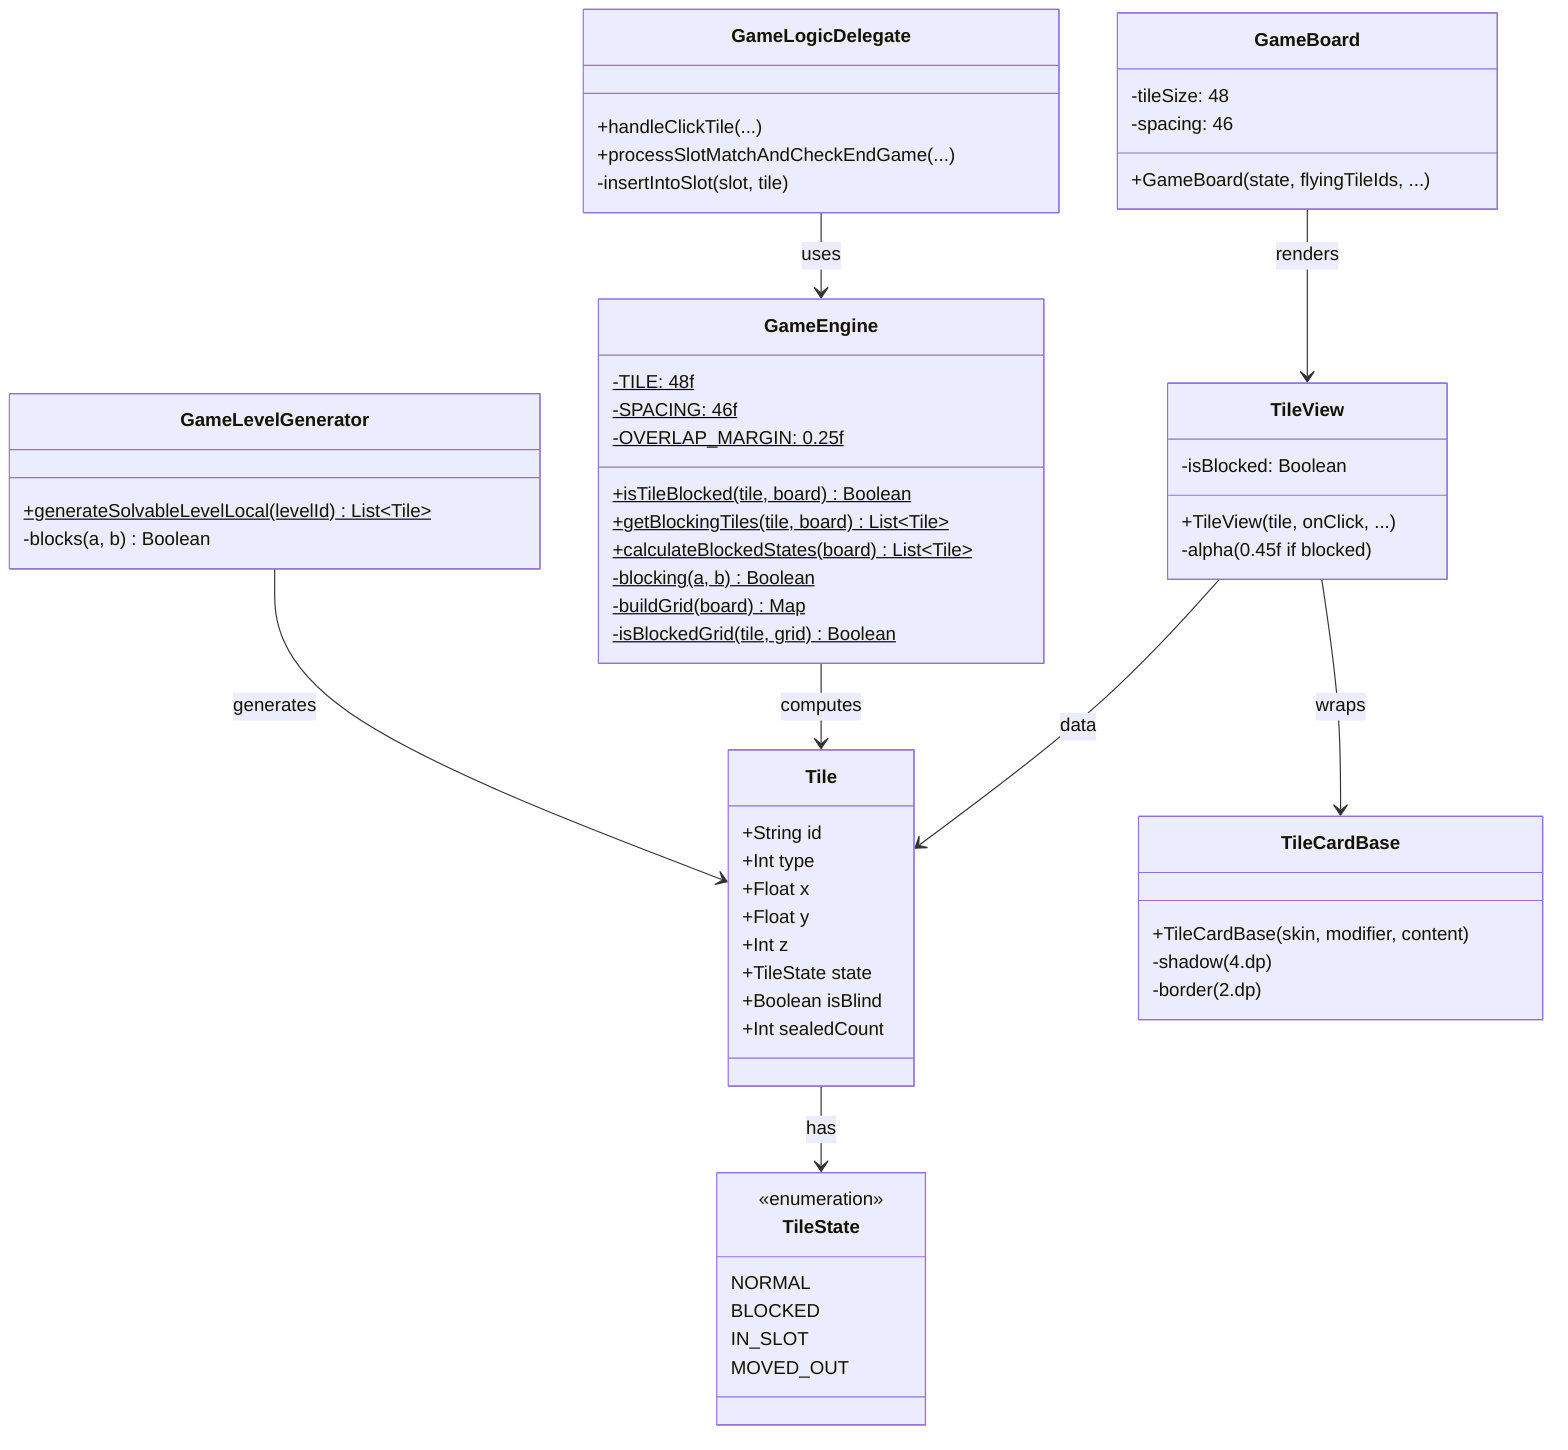
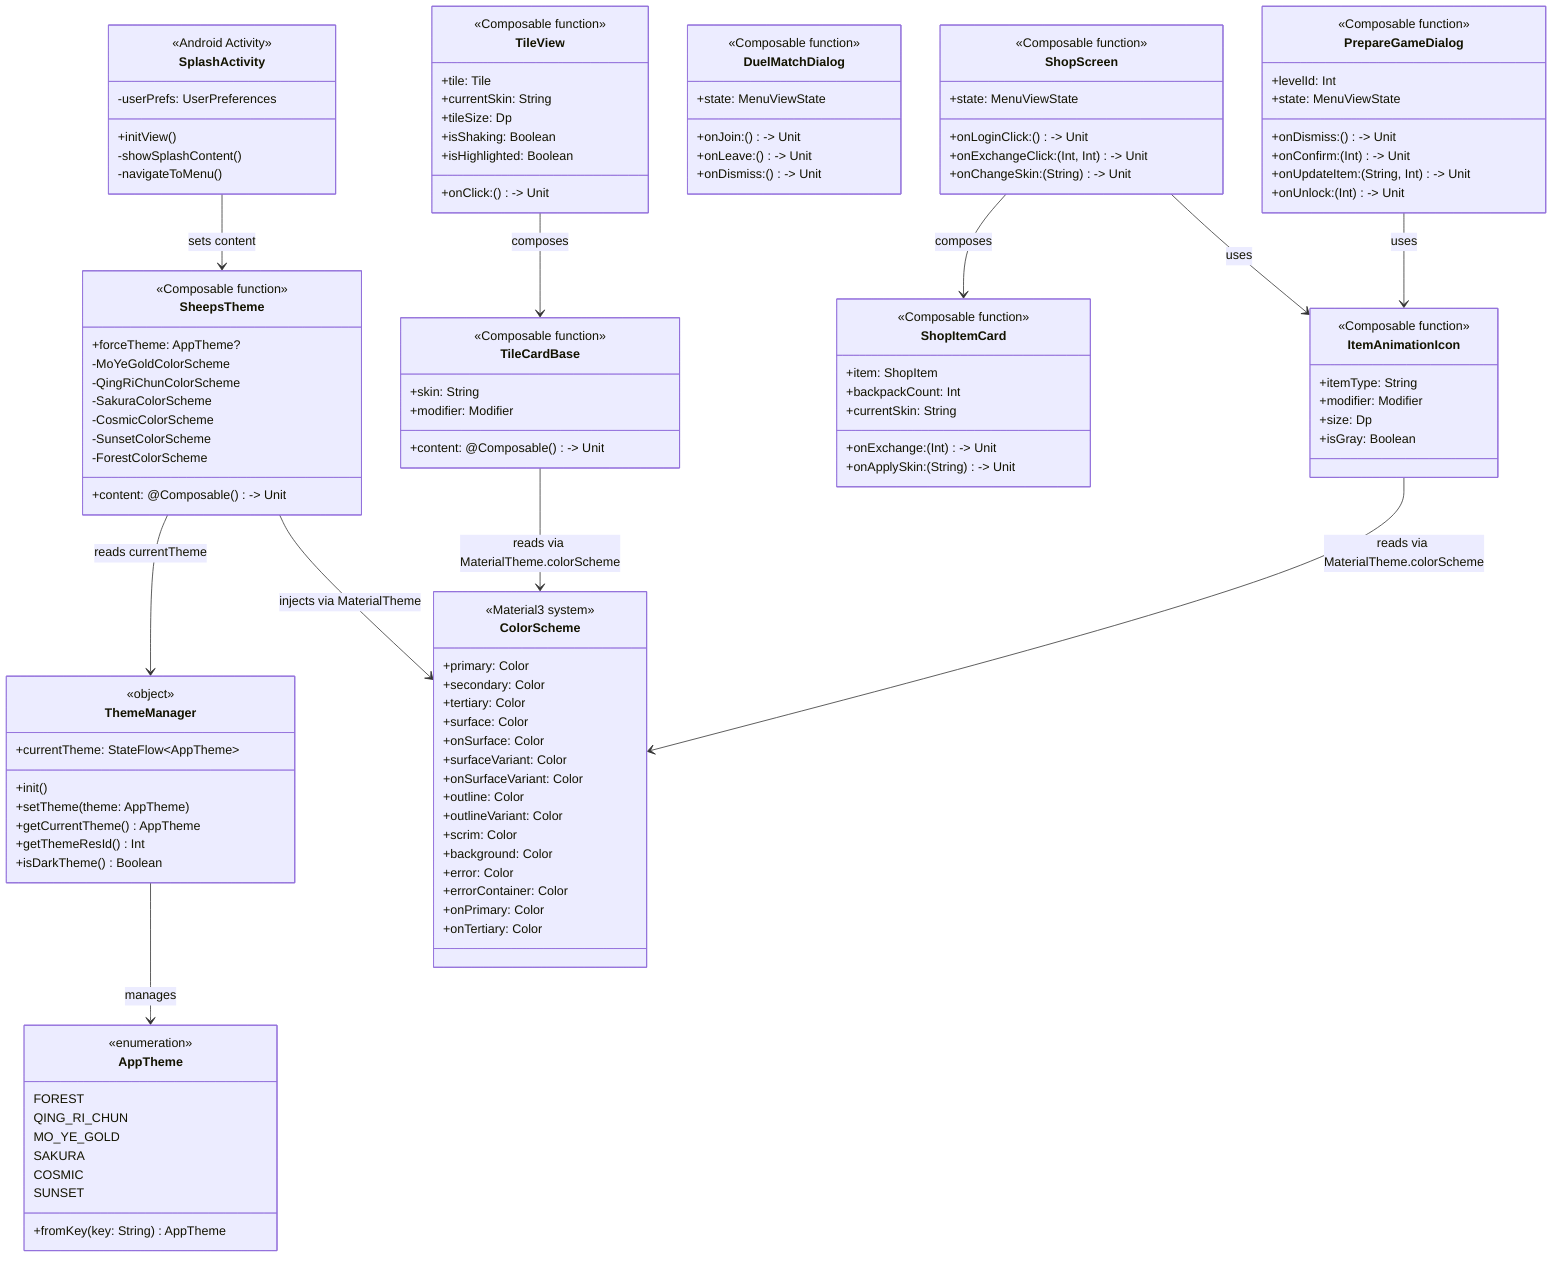
classDiagram
-     class Tile {
-         +String id
-         +Int type
-         +Float x
-         +Float y
-         +Int z
-         +TileState state
-         +Boolean isBlind
-         +Int sealedCount
+     class AppTheme {
+         <<enumeration>>
+         FOREST
+         QING_RI_CHUN
+         MO_YE_GOLD
+         SAKURA
+         COSMIC
+         SUNSET
+         +fromKey(key: String) AppTheme
    }

-     class TileState {
-         <<enumeration>>
-         NORMAL
-         BLOCKED
-         IN_SLOT
-         MOVED_OUT
+     class ThemeManager {
+         <<object>>
+         +currentTheme: StateFlow~AppTheme~
+         +init()
+         +setTheme(theme: AppTheme)
+         +getCurrentTheme() AppTheme
+         +getThemeResId() Int
+         +isDarkTheme() Boolean
    }

-     class GameEngine {
-         +isTileBlocked(tile, board) Boolean$
-         +getBlockingTiles(tile, board) List~Tile~$
-         +calculateBlockedStates(board) List~Tile~$
-         -blocking(a, b) Boolean$
-         -buildGrid(board) Map$
-         -isBlockedGrid(tile, grid) Boolean$
-         -TILE: 48f$
-         -SPACING: 46f$
-         -OVERLAP_MARGIN: 0.25f$
+     class ColorScheme {
+         <<Material3 system>>
+         +primary: Color
+         +secondary: Color
+         +tertiary: Color
+         +surface: Color
+         +onSurface: Color
+         +surfaceVariant: Color
+         +onSurfaceVariant: Color
+         +outline: Color
+         +outlineVariant: Color
+         +scrim: Color
+         +background: Color
+         +error: Color
+         +errorContainer: Color
+         +onPrimary: Color
+         +onTertiary: Color
    }

-     class GameBoard {
-         +GameBoard(state, flyingTileIds, ...)
-         -tileSize: 48
-         -spacing: 46
+     class SheepsTheme {
+         <<Composable function>>
+         +forceTheme: AppTheme?
+         +content: @Composable () -> Unit
+         -MoYeGoldColorScheme
+         -QingRiChunColorScheme
+         -SakuraColorScheme
+         -CosmicColorScheme
+         -SunsetColorScheme
+         -ForestColorScheme
+     }
+ 
+     class TileCardBase {
+         <<Composable function>>
+         +skin: String
+         +modifier: Modifier
+         +content: @Composable () -> Unit
+     }
+ 
+     class ItemAnimationIcon {
+         <<Composable function>>
+         +itemType: String
+         +modifier: Modifier
+         +size: Dp
+         +isGray: Boolean
    }

    class TileView {
-         +TileView(tile, onClick, ...)
-         -isBlocked: Boolean
-         -alpha(0.45f if blocked)
+         <<Composable function>>
+         +tile: Tile
+         +onClick: () -> Unit
+         +currentSkin: String
+         +tileSize: Dp
+         +isShaking: Boolean
+         +isHighlighted: Boolean
    }

-     class TileCardBase {
-         +TileCardBase(skin, modifier, content)
-         -shadow(4.dp)
-         -border(2.dp)
+     class ShopScreen {
+         <<Composable function>>
+         +state: MenuViewState
+         +onLoginClick: () -> Unit
+         +onExchangeClick: (Int, Int) -> Unit
+         +onChangeSkin: (String) -> Unit
    }

-     class GameLogicDelegate {
-         +handleClickTile(...)
-         +processSlotMatchAndCheckEndGame(...)
-         -insertIntoSlot(slot, tile)
+     class ShopItemCard {
+         <<Composable function>>
+         +item: ShopItem
+         +backpackCount: Int
+         +currentSkin: String
+         +onExchange: (Int) -> Unit
+         +onApplySkin: (String) -> Unit
    }

-     class GameLevelGenerator {
-         +generateSolvableLevelLocal(levelId) List~Tile~$
-         -blocks(a, b) Boolean
+     class DuelMatchDialog {
+         <<Composable function>>
+         +state: MenuViewState
+         +onJoin: () -> Unit
+         +onLeave: () -> Unit
+         +onDismiss: () -> Unit
    }

-     GameBoard --> TileView : renders
-     TileView --> TileCardBase : wraps
-     TileView --> Tile : data
-     GameLogicDelegate --> GameEngine : uses
-     GameEngine --> Tile : computes
-     GameLevelGenerator --> Tile : generates
-     Tile --> TileState : has
+     class PrepareGameDialog {
+         <<Composable function>>
+         +levelId: Int
+         +state: MenuViewState
+         +onDismiss: () -> Unit
+         +onConfirm: (Int) -> Unit
+         +onUpdateItem: (String, Int) -> Unit
+         +onUnlock: (Int) -> Unit
+     }
+ 
+     class SplashActivity {
+         <<Android Activity>>
+         -userPrefs: UserPreferences
+         +initView()
+         -showSplashContent()
+         -navigateToMenu()
+     }
+ 
+     SheepsTheme --> ThemeManager : reads currentTheme
+     SheepsTheme --> ColorScheme : injects via MaterialTheme
+     ThemeManager --> AppTheme : manages
+     TileCardBase --> ColorScheme : reads via MaterialTheme.colorScheme
+     ItemAnimationIcon --> ColorScheme : reads via MaterialTheme.colorScheme
+     TileView --> TileCardBase : composes
+     ShopScreen --> ShopItemCard : composes
+     ShopScreen --> ItemAnimationIcon : uses
+     PrepareGameDialog --> ItemAnimationIcon : uses
+     SplashActivity --> SheepsTheme : sets content
